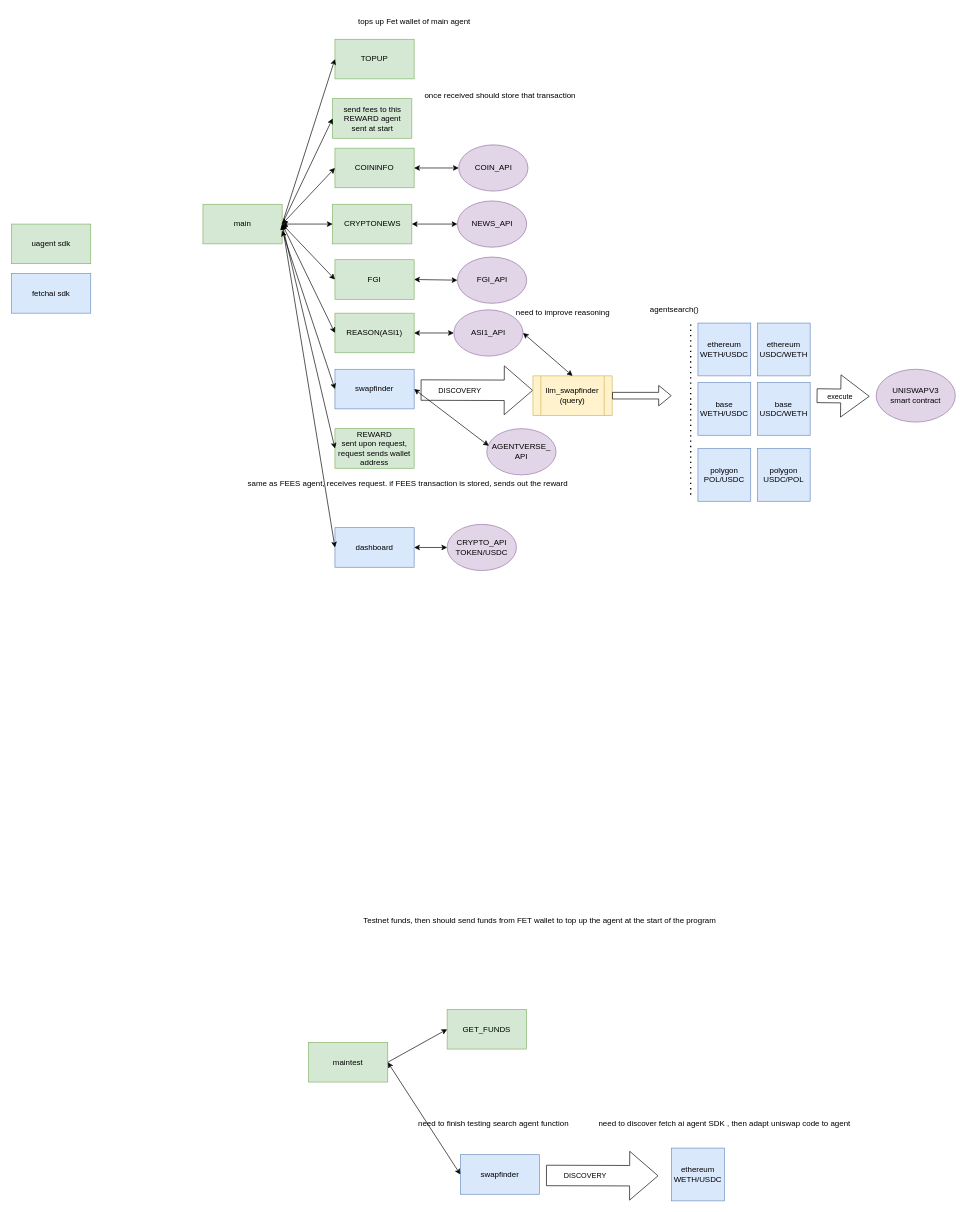
Earlier version of the draw.io diagram cryptoreason/agentverse.drawio.crswap.drawio (abhivir-42/fetch-hack). Source tidied: cells renumbered, new cells numbered last; positions are measured from the earlier drawing's top-left corner, leaving out a move shared by most shapes. Both pictures are drawn from the tidied source at 66%, with x=0, y=0 at pixel (11, 11).
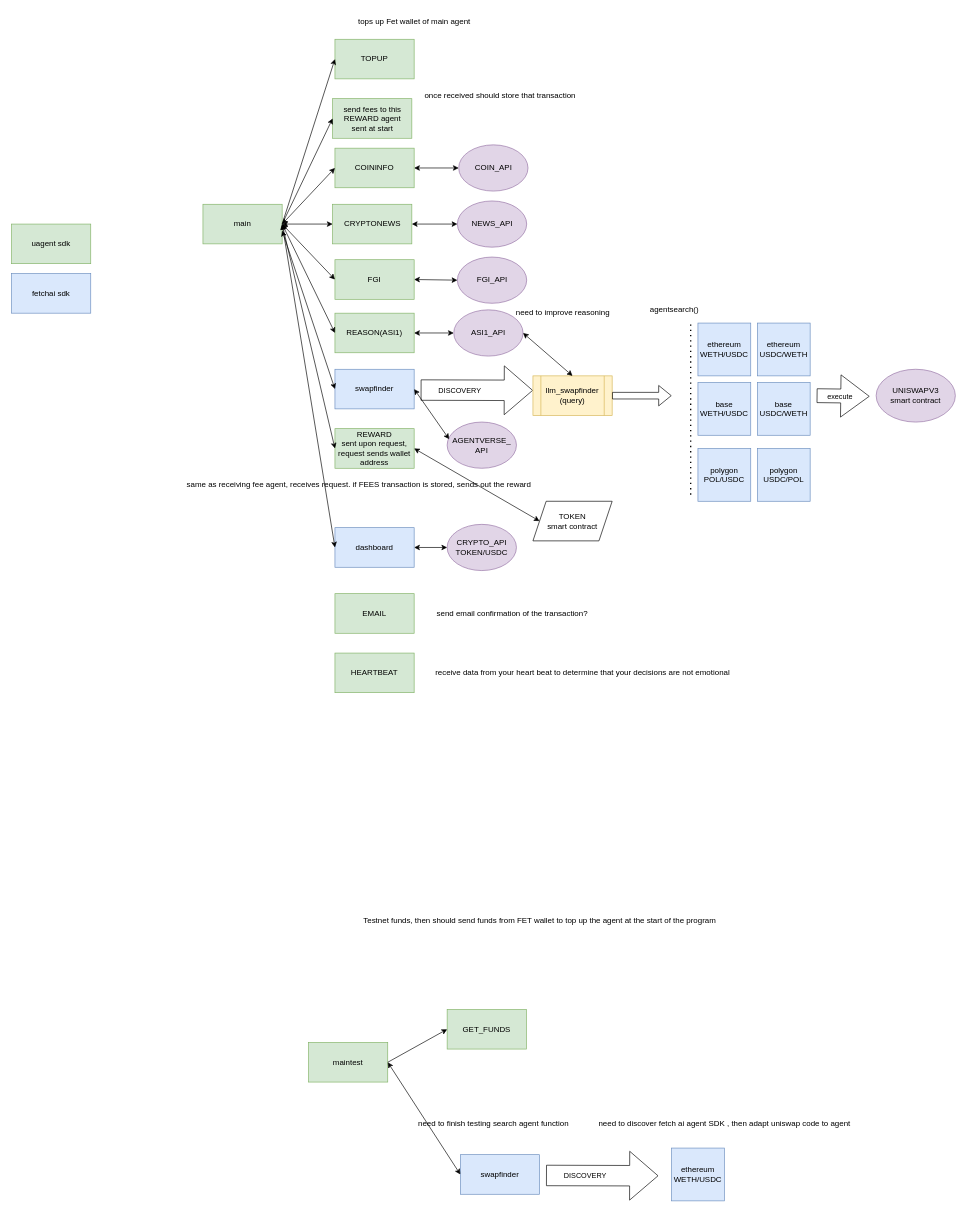
Above is the later version.

Commit message (it also covers changes not shown here):
updated chart with project agents

The change refers to these unchanged cells:
```xml
<mxCell id="37" value="REWARD&lt;div&gt;sent upon request, request sends wallet address&lt;/div&gt;" style="rounded=0;whiteSpace=wrap;html=1;fillColor=#d5e8d4;strokeColor=#82b366;" parent="1" vertex="1">
  <mxGeometry x="490" y="632" width="120" height="60" as="geometry" />
</mxCell>
```

The edit, as a diff of the source:
```diff
@@
     <mxCell id="42" value="AGENTVERSE_&lt;div&gt;API&lt;/div&gt;" style="ellipse;whiteSpace=wrap;html=1;fillColor=#e1d5e7;strokeColor=#9673a6;" parent="1" vertex="1">
-      <mxGeometry x="720" y="632" width="105" height="70" as="geometry" />
+      <mxGeometry x="660" y="622" width="105" height="70" as="geometry" />
     </mxCell>
@@
-    <mxCell id="63" value="same as FEES agent, receives request. if FEES transaction is stored, sends out the reward" style="text;html=1;align=center;verticalAlign=middle;strokeColor=none;fillColor=none;" parent="1" vertex="1">
-      <mxGeometry x="345" y="700" width="510" height="30" as="geometry" />
+    <mxCell id="63" value="same as receiving fee agent, receives request. if FEES transaction is stored, sends out the reward" style="text;html=1;align=center;verticalAlign=middle;strokeColor=none;fillColor=none;" parent="1" vertex="1">
+      <mxGeometry x="250.5" y="702" width="550" height="30" as="geometry" />
     </mxCell>
@@
+    <mxCell id="66" value="EMAIL" style="rounded=0;whiteSpace=wrap;html=1;fillColor=#d5e8d4;strokeColor=#82b366;" parent="1" vertex="1">
+      <mxGeometry x="490" y="882" width="120" height="60" as="geometry" />
+    </mxCell>
+    <mxCell id="67" value="send email confirmation of the transaction?&amp;nbsp;" style="text;html=1;align=center;verticalAlign=middle;strokeColor=none;fillColor=none;" parent="1" vertex="1">
+      <mxGeometry x="630" y="897" width="260" height="30" as="geometry" />
+    </mxCell>
+    <mxCell id="68" value="HEARTBEAT" style="rounded=0;whiteSpace=wrap;html=1;fillColor=#d5e8d4;strokeColor=#82b366;" parent="1" vertex="1">
+      <mxGeometry x="490" y="972" width="120" height="60" as="geometry" />
+    </mxCell>
+    <mxCell id="69" value="receive data from your heart beat to determine that your decisions are not emotional" style="text;html=1;align=center;verticalAlign=middle;strokeColor=none;fillColor=none;" parent="1" vertex="1">
+      <mxGeometry x="630" y="987" width="470" height="30" as="geometry" />
+    </mxCell>
+    <mxCell id="70" value="TOKEN&lt;div&gt;smart contract&lt;/div&gt;" style="shape=parallelogram;perimeter=parallelogramPerimeter;whiteSpace=wrap;html=1;fixedSize=1;" parent="1" vertex="1">
+      <mxGeometry x="790" y="742" width="120" height="60" as="geometry" />
+    </mxCell>
+    <mxCell id="71" style="endArrow=classic;startArrow=classic;html=1;rounded=0;exitX=1;exitY=0.5;exitDx=0;exitDy=0;entryX=0;entryY=0.5;entryDx=0;entryDy=0;" parent="1" edge="1" source="37" target="70">
+      <mxGeometry relative="1" as="geometry" />
+    </mxCell>
```
